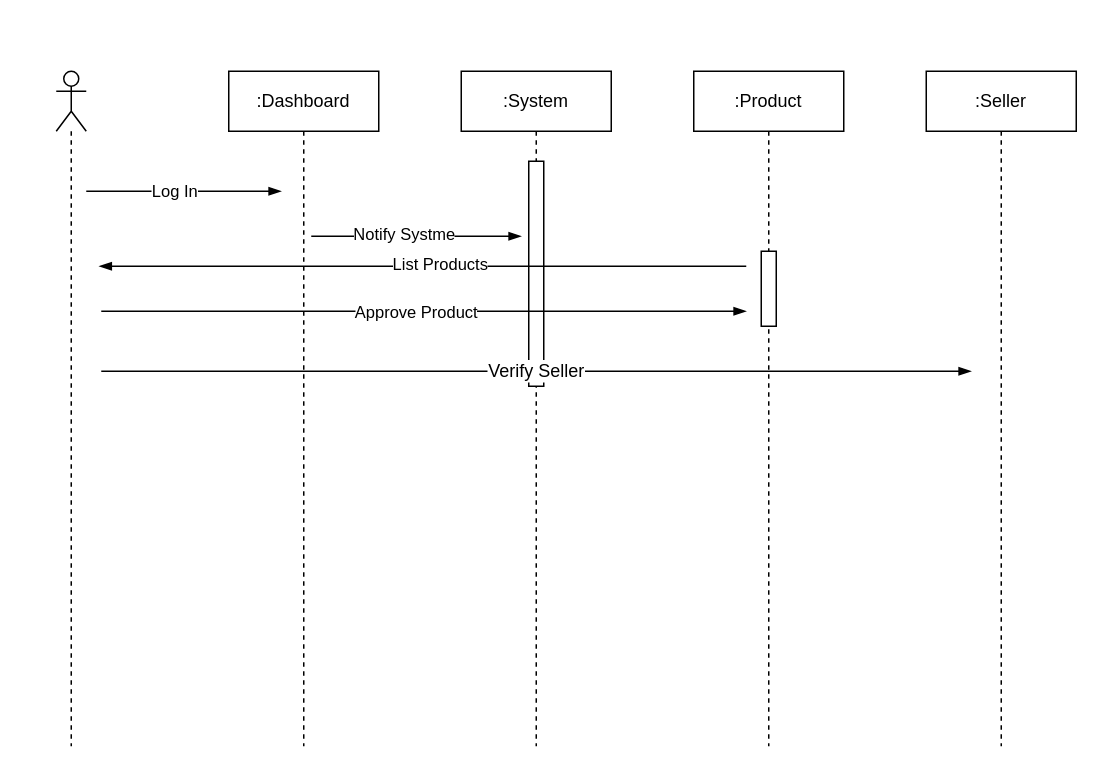
Before: uml/approveProductSequenceDiagram.drawio in zinoubm/Marketly, a draw.io diagram. Source tidied: cells renumbered, new cells numbered last; positions are measured from the earlier drawing's top-left corner, leaving out a move shared by most shapes. Both pictures are drawn from the tidied source at 150%, with x=0, y=0 at pixel (56, 70).
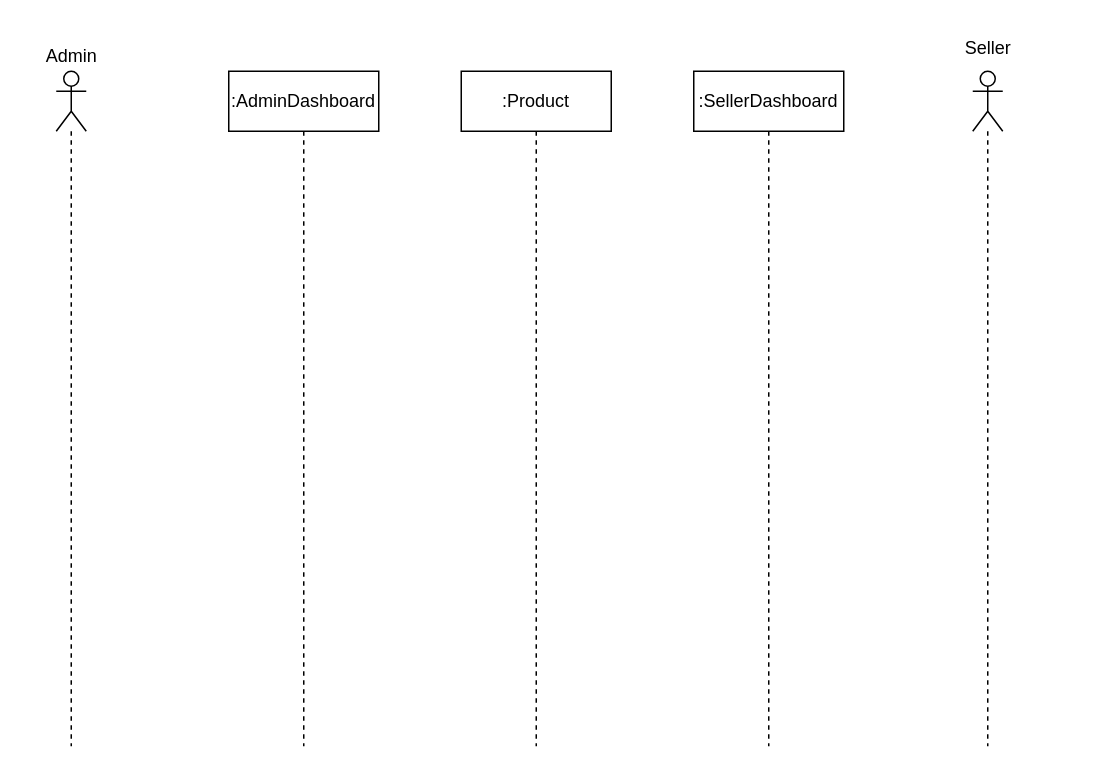
The same page after the edit.

Commit message (it also covers changes not shown here):
removing non used file

Change to the diagram source:
```diff
@@
-    <mxCell id="3" value=":Dashboard" style="shape=umlLifeline;perimeter=lifelinePerimeter;whiteSpace=wrap;html=1;" parent="1" vertex="1">
+    <mxCell id="3" value=":AdminDashboard" style="shape=umlLifeline;perimeter=lifelinePerimeter;whiteSpace=wrap;html=1;" parent="1" vertex="1">
       <mxGeometry x="115" width="100" height="450" as="geometry" />
     </mxCell>
-    <mxCell id="4" style="edgeStyle=elbowEdgeStyle;fontSize=12;html=1;endArrow=blockThin;endFill=1;" parent="3" edge="1">
-      <mxGeometry relative="1" as="geometry">
-        <mxPoint x="-95" y="80" as="sourcePoint" />
-        <mxPoint x="35" y="80" as="targetPoint" />
-      </mxGeometry>
-    </mxCell>
-    <mxCell id="5" value="Log In" style="edgeLabel;html=1;align=center;verticalAlign=middle;" parent="4" vertex="1">
-      <mxGeometry x="-0.11" y="1" relative="1" as="geometry" />
-    </mxCell>
-    <mxCell id="6" value=":System" style="shape=umlLifeline;perimeter=lifelinePerimeter;whiteSpace=wrap;html=1;" parent="1" vertex="1">
+    <mxCell id="6" value=":Product" style="shape=umlLifeline;perimeter=lifelinePerimeter;whiteSpace=wrap;html=1;" parent="1" vertex="1">
       <mxGeometry x="270" width="100" height="450" as="geometry" />
     </mxCell>
-    <mxCell id="7" style="edgeStyle=elbowEdgeStyle;fontSize=12;html=1;endArrow=blockThin;endFill=1;" parent="6" edge="1">
-      <mxGeometry relative="1" as="geometry">
-        <mxPoint x="-100" y="110" as="sourcePoint" />
-        <mxPoint x="40" y="110" as="targetPoint" />
-      </mxGeometry>
-    </mxCell>
-    <mxCell id="8" value="Notify Systme" style="edgeLabel;html=1;align=center;verticalAlign=middle;" parent="7" vertex="1">
-      <mxGeometry x="-0.13" y="2" relative="1" as="geometry" />
-    </mxCell>
-    <mxCell id="9" style="html=1;perimeter=orthogonalPerimeter;" parent="6" vertex="1">
-      <mxGeometry x="45" y="60" width="10" height="150" as="geometry" />
-    </mxCell>
-    <mxCell id="10" value=":Product" style="shape=umlLifeline;perimeter=lifelinePerimeter;whiteSpace=wrap;html=1;" parent="1" vertex="1">
+    <mxCell id="10" value=":SellerDashboard" style="shape=umlLifeline;perimeter=lifelinePerimeter;whiteSpace=wrap;html=1;" parent="1" vertex="1">
       <mxGeometry x="425" width="100" height="450" as="geometry" />
     </mxCell>
-    <mxCell id="11" style="html=1;perimeter=orthogonalPerimeter;" parent="10" vertex="1">
-      <mxGeometry x="45" y="120" width="10" height="50" as="geometry" />
+    <mxCell id="11" value="Admin" style="text;html=1;align=center;verticalAlign=middle;strokeColor=none;fillColor=none;" parent="1" vertex="1">
+      <mxGeometry x="-20" y="-25" width="60" height="30" as="geometry" />
     </mxCell>
-    <mxCell id="12" value=":Seller" style="shape=umlLifeline;perimeter=lifelinePerimeter;whiteSpace=wrap;html=1;" parent="1" vertex="1">
-      <mxGeometry x="580" width="100" height="450" as="geometry" />
-    </mxCell>
-    <mxCell id="13" style="edgeStyle=elbowEdgeStyle;fontSize=12;html=1;endArrow=blockThin;endFill=1;" parent="1" edge="1">
-      <mxGeometry relative="1" as="geometry">
-        <mxPoint x="460" y="130" as="sourcePoint" />
-        <mxPoint x="28.6" y="130" as="targetPoint" />
-      </mxGeometry>
-    </mxCell>
-    <mxCell id="14" value="List Products" style="edgeLabel;html=1;align=center;verticalAlign=middle;" parent="13" vertex="1">
-      <mxGeometry x="-0.05" y="-2" relative="1" as="geometry" />
-    </mxCell>
-    <mxCell id="15" style="edgeStyle=elbowEdgeStyle;fontSize=12;html=1;endArrow=blockThin;endFill=1;" parent="1" edge="1">
-      <mxGeometry relative="1" as="geometry">
-        <mxPoint x="30" y="160" as="sourcePoint" />
-        <mxPoint x="460" y="160" as="targetPoint" />
-      </mxGeometry>
-    </mxCell>
-    <mxCell id="16" value="Approve Product" style="edgeLabel;html=1;align=center;verticalAlign=middle;" parent="15" vertex="1">
-      <mxGeometry x="-0.03" relative="1" as="geometry" />
-    </mxCell>
-    <mxCell id="17" value="Verify Seller" style="edgeStyle=elbowEdgeStyle;fontSize=12;html=1;endArrow=blockThin;endFill=1;" parent="1" edge="1">
-      <mxGeometry relative="1" as="geometry">
-        <mxPoint x="30" y="200" as="sourcePoint" />
-        <mxPoint x="610" y="200" as="targetPoint" />
-      </mxGeometry>
-    </mxCell>
+    <mxCell id="18" style="shape=umlLifeline;participant=umlActor;perimeter=lifelinePerimeter;whiteSpace=wrap;html=1;verticalAlign=top;spacingTop=36;" parent="1" vertex="1">
+      <mxGeometry x="611" width="20" height="450" as="geometry" />
+    </mxCell>
+    <mxCell id="19" value="Seller" style="text;html=1;align=center;verticalAlign=middle;strokeColor=none;fillColor=none;" parent="1" vertex="1">
+      <mxGeometry x="596" y="-30" width="50" height="30" as="geometry" />
+    </mxCell>
```
